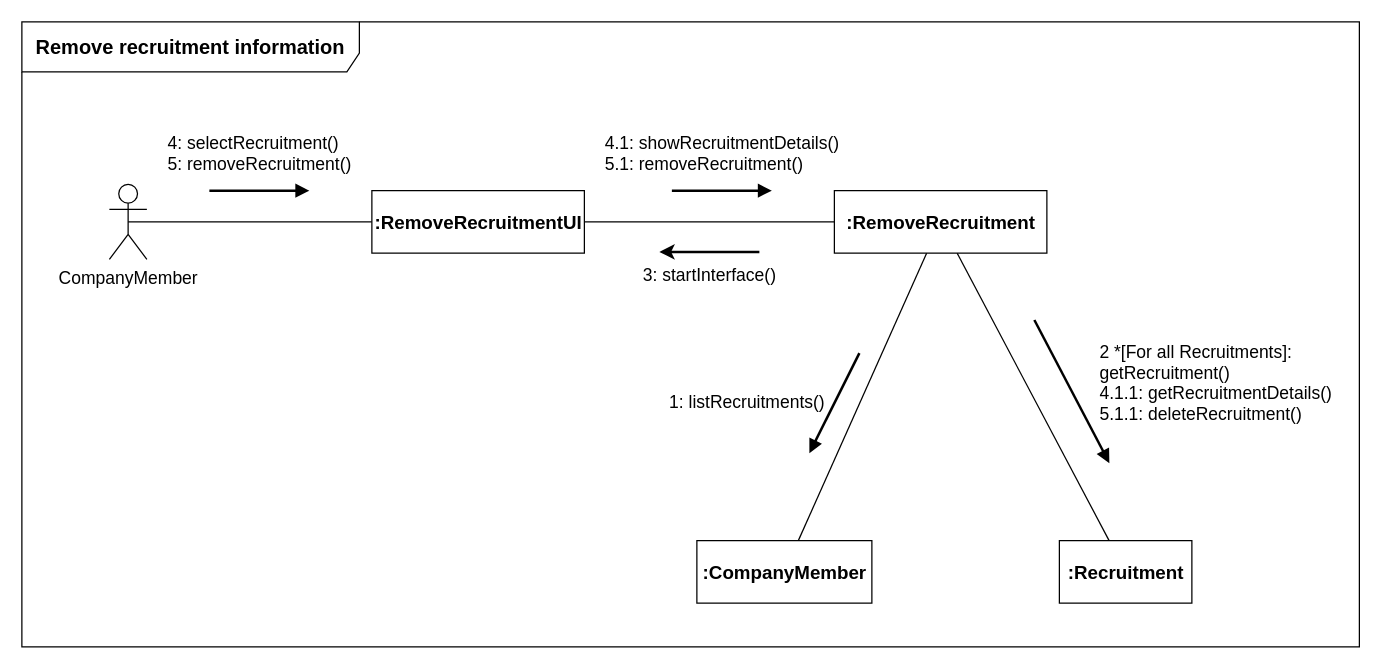
Before: page "채용정보 삭제" (3 of 4) of B811010_고한강/소공과제2.drawio in FinancialWorld16/SE_TEAM, a draw.io diagram. Source tidied: cells renumbered, new cells numbered last; positions are measured from the earlier drawing's top-left corner, leaving out a move shared by most shapes. Both pictures are drawn from the tidied source at 125%, with x=0, y=0 at pixel (21, 21).
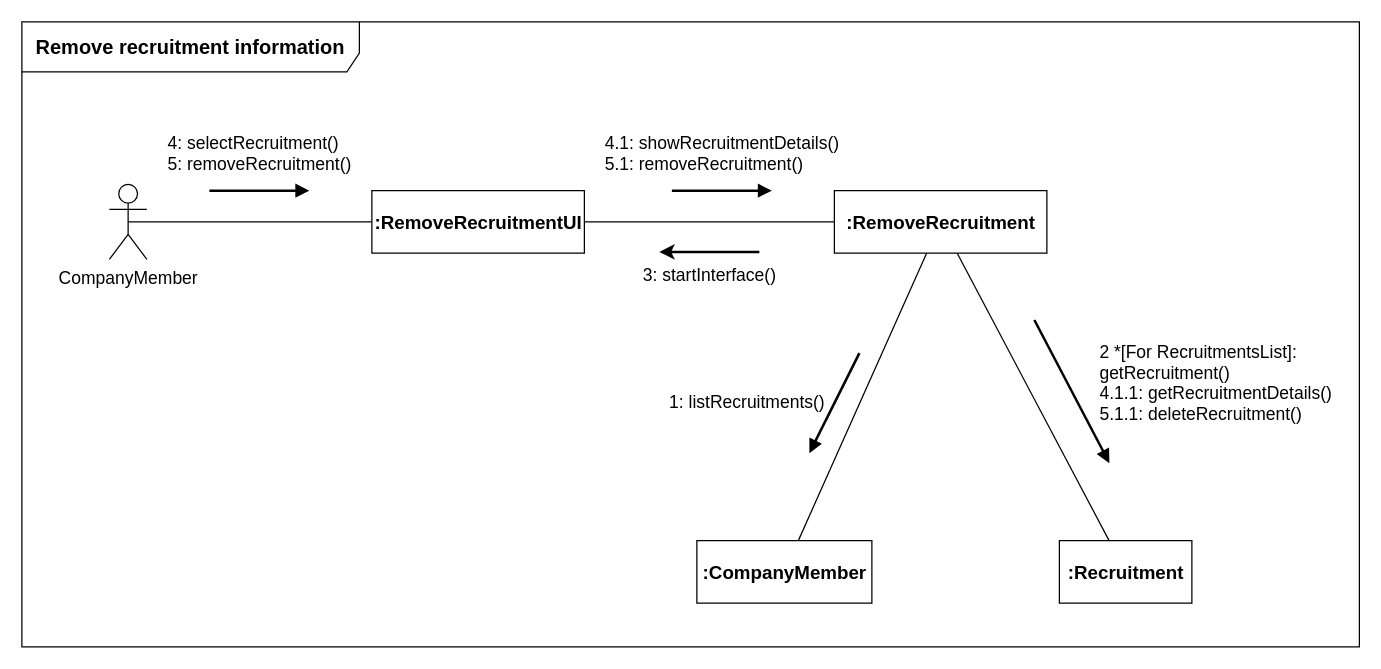
Above is the later version.

The edit, as a diff of the source:
```diff
@@
-    <mxCell id="15" value="&lt;div style=&quot;text-align: left; font-size: 14px;&quot;&gt;&lt;font style=&quot;font-size: 14px;&quot;&gt;2 *[For all Recruitments]:&lt;/font&gt;&lt;/div&gt;&lt;div style=&quot;text-align: left; font-size: 14px;&quot;&gt;&lt;font style=&quot;font-size: 14px;&quot;&gt;getRecruitment()&lt;/font&gt;&lt;/div&gt;&lt;div style=&quot;text-align: left; font-size: 14px;&quot;&gt;&lt;font style=&quot;font-size: 14px;&quot;&gt;4.1.1: getRecruitmentDetails()&lt;/font&gt;&lt;/div&gt;&lt;div style=&quot;text-align: left; font-size: 14px;&quot;&gt;&lt;font style=&quot;font-size: 14px;&quot;&gt;5.1.1: deleteRecruitment()&lt;/font&gt;&lt;/div&gt;" style="html=1;verticalAlign=bottom;endArrow=block;rounded=0;arcSize=20;strokeWidth=2;" parent="1" edge="1">
+    <mxCell id="15" value="&lt;div style=&quot;text-align: left; font-size: 14px;&quot;&gt;&lt;font style=&quot;font-size: 14px;&quot;&gt;2 *[For RecruitmentsList]:&lt;/font&gt;&lt;/div&gt;&lt;div style=&quot;text-align: left; font-size: 14px;&quot;&gt;&lt;font style=&quot;font-size: 14px;&quot;&gt;getRecruitment()&lt;/font&gt;&lt;/div&gt;&lt;div style=&quot;text-align: left; font-size: 14px;&quot;&gt;&lt;font style=&quot;font-size: 14px;&quot;&gt;4.1.1: getRecruitmentDetails()&lt;/font&gt;&lt;/div&gt;&lt;div style=&quot;text-align: left; font-size: 14px;&quot;&gt;&lt;font style=&quot;font-size: 14px;&quot;&gt;5.1.1: deleteRecruitment()&lt;/font&gt;&lt;/div&gt;" style="html=1;verticalAlign=bottom;endArrow=block;rounded=0;arcSize=20;strokeWidth=2;" parent="1" edge="1">
       <mxGeometry x="1" y="89" relative="1" as="geometry">
         <mxPoint x="810" y="238.5" as="sourcePoint" />
         <mxPoint x="870" y="353" as="targetPoint" />
         <mxPoint x="6" y="14" as="offset" />
       </mxGeometry>
     </mxCell>
```
